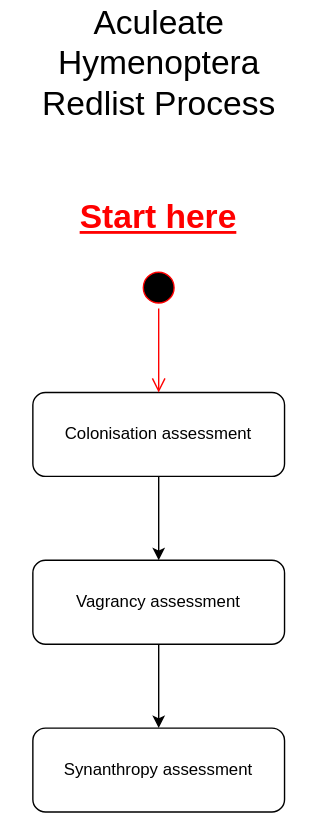
Before: diagrams/eligibility_pipeline.drawio.svg, a diagram exported from draw.io (Edwards-R/redlist_docs). Source tidied: cells renumbered, new cells last; positions are measured from the earlier drawing's top-left corner, leaving out a move shared by most shapes.
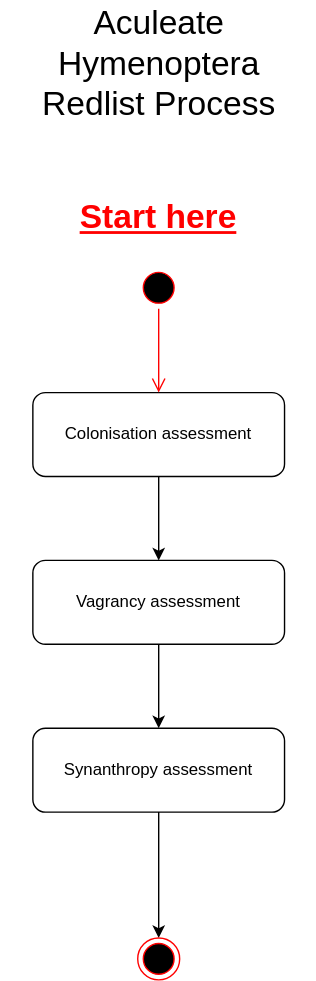
After the change.

The edit, as a diff of the source:
```diff
@@ -14,6 +14,9 @@
     <mxCell id="5" value="Vagrancy assessment" style="rounded=1;whiteSpace=wrap;html=1;" parent="1" vertex="1">
       <mxGeometry x="22" y="400" width="180" height="60" as="geometry" />
     </mxCell>
+    <mxCell id="11" style="edgeStyle=none;html=1;entryX=0.5;entryY=0;entryDx=0;entryDy=0;" parent="1" edge="1" source="6" target="12">
+      <mxGeometry relative="1" as="geometry" />
+    </mxCell>
     <mxCell id="6" value="Synanthropy assessment" style="rounded=1;whiteSpace=wrap;html=1;" parent="1" vertex="1">
       <mxGeometry x="22" y="520" width="180" height="60" as="geometry" />
     </mxCell>
@@ -31,5 +34,8 @@
     <mxCell id="10" value="Start here" style="text;html=1;strokeColor=none;fillColor=none;align=center;verticalAlign=middle;whiteSpace=wrap;rounded=0;labelBorderColor=none;fontSize=24;fontColor=#FF0000;fontStyle=5;" parent="1" vertex="1">
       <mxGeometry x="22" y="140" width="180" height="30" as="geometry" />
     </mxCell>
+    <mxCell id="12" style="ellipse;html=1;shape=endState;fillColor=#000000;strokeColor=#ff0000;fontSize=16;" parent="1" vertex="1">
+      <mxGeometry x="97" y="670" width="30" height="30" as="geometry" />
+    </mxCell>
   </root>
 </mxGraphModel>
```
